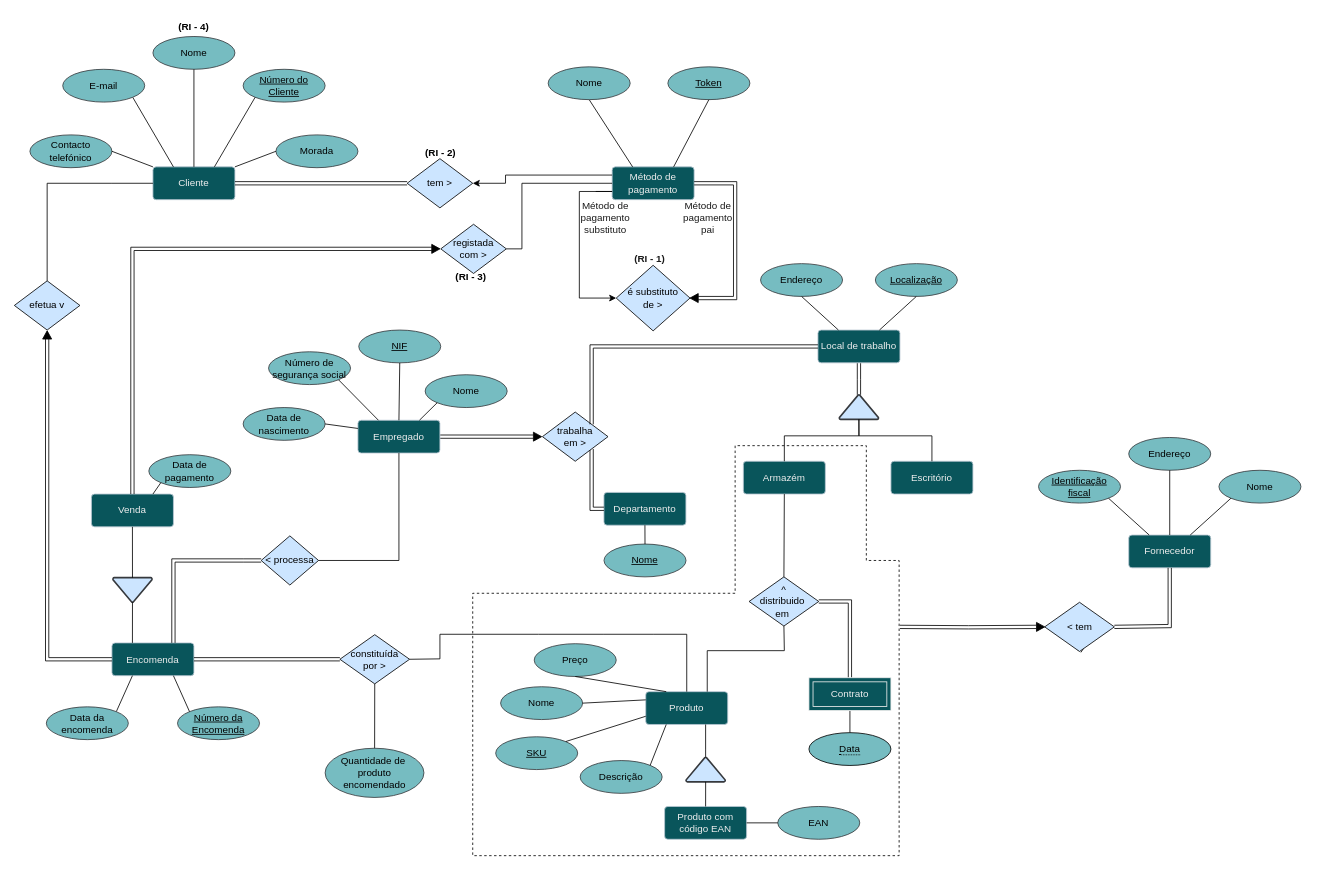
Above: Entrega1/Projeto-BD_Modelo E-A.drawio in joaopr03/db_project (draw.io), before the change. Source tidied: cells renumbered, new cells numbered last; positions are measured from the earlier drawing's top-left corner, leaving out a move shared by most shapes. Both pictures are drawn from the tidied source at 82%, with x=0, y=0 at pixel (14, 14).
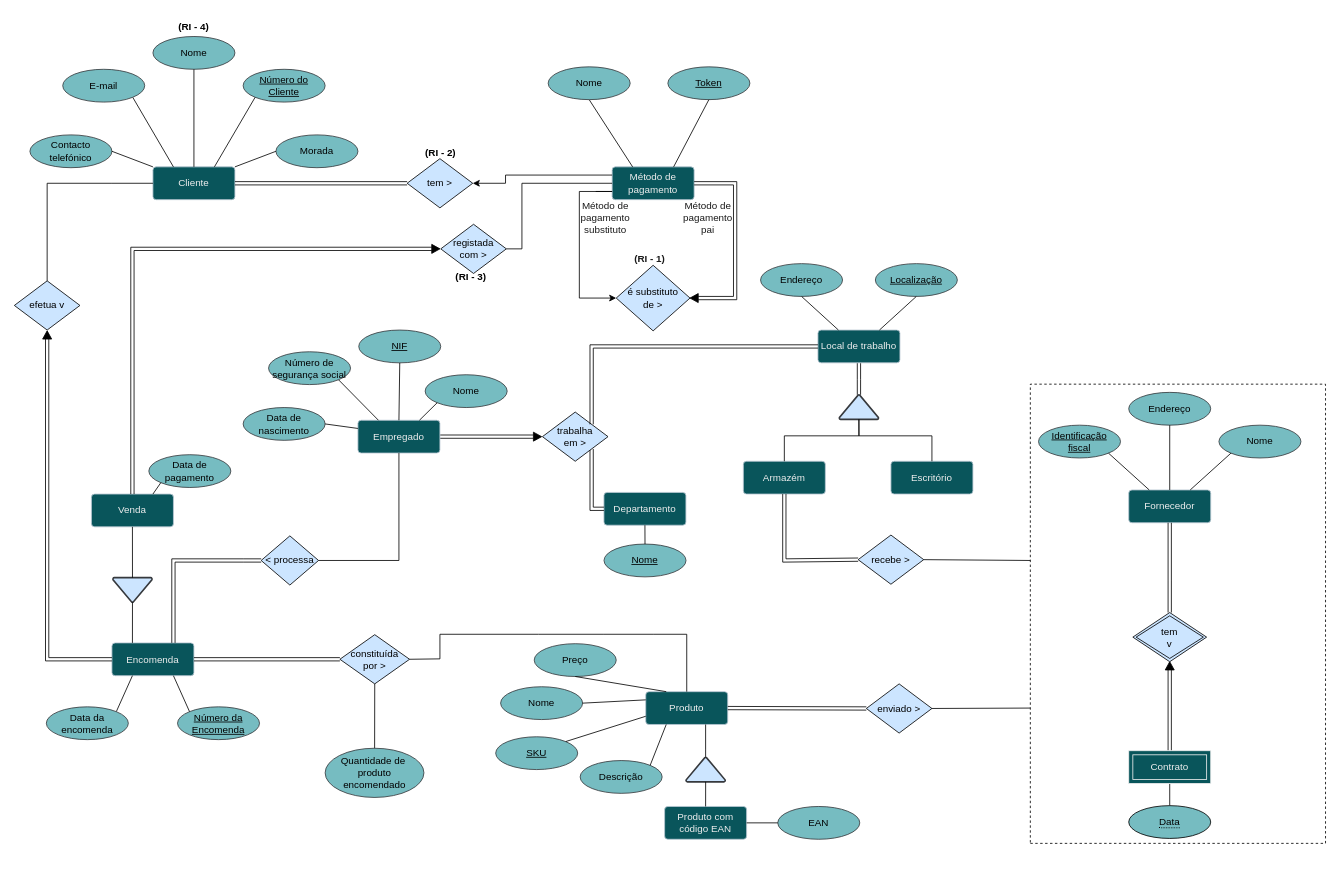
The same diagram, later.

Unchanged cells that the change refers to:
```xml
<mxCell id="13" value="Produto" style="rounded=1;arcSize=10;whiteSpace=wrap;html=1;align=center;labelBackgroundColor=none;fillColor=#09555B;strokeColor=#BAC8D3;fontColor=#EEEEEE;" parent="1" vertex="1">
  <mxGeometry x="770" y="826" width="100" height="40" as="geometry" />
</mxCell>
<mxCell id="39" value="Armazém" style="rounded=1;arcSize=10;whiteSpace=wrap;html=1;align=center;labelBackgroundColor=none;fillColor=#09555B;strokeColor=#BAC8D3;fontColor=#EEEEEE;" parent="1" vertex="1">
  <mxGeometry x="889" y="545" width="100" height="40" as="geometry" />
</mxCell>
```

Change to the diagram source:
```diff
@@
     <mxCell id="21" value="Fornecedor" style="rounded=1;arcSize=10;whiteSpace=wrap;html=1;align=center;labelBackgroundColor=none;fillColor=#09555B;strokeColor=#BAC8D3;fontColor=#EEEEEE;" parent="1" vertex="1">
-      <mxGeometry x="1359" y="635" width="100" height="40" as="geometry" />
+      <mxGeometry x="1359" y="580" width="100" height="40" as="geometry" />
     </mxCell>
     <mxCell id="22" value="Nome" style="ellipse;whiteSpace=wrap;html=1;align=center;labelBackgroundColor=none;fillColor=#76BCC1;strokeColor=#36393d;shadow=0;" parent="1" vertex="1">
-      <mxGeometry x="1469" y="556" width="100" height="40" as="geometry" />
+      <mxGeometry x="1469" y="501" width="100" height="40" as="geometry" />
     </mxCell>
     <mxCell id="23" value="Endereço" style="ellipse;whiteSpace=wrap;html=1;align=center;strokeColor=#36393d;fillColor=#76BCC1;" parent="1" vertex="1">
-      <mxGeometry x="1359" y="516" width="100" height="40" as="geometry" />
+      <mxGeometry x="1359" y="461" width="100" height="40" as="geometry" />
     </mxCell>
     <mxCell id="24" value="Identificação fiscal" style="ellipse;whiteSpace=wrap;html=1;align=center;fontStyle=4;strokeColor=#36393d;fillColor=#76BCC1;" parent="1" vertex="1">
-      <mxGeometry x="1249" y="556" width="100" height="40" as="geometry" />
+      <mxGeometry x="1249" y="501" width="100" height="40" as="geometry" />
     </mxCell>
@@
-    <mxCell id="80" style="endArrow=none;dashed=1;html=1;rounded=0;" parent="1" edge="1">
-      <mxGeometry relative="1" as="geometry">
-        <mxPoint x="1079" y="986" as="sourcePoint" />
-        <mxPoint x="1079" y="986" as="targetPoint" />
-        <Array as="points">
-          <mxPoint x="1079" y="666" />
-          <mxPoint x="1039" y="666" />
-          <mxPoint x="1039" y="526" />
-          <mxPoint x="879" y="526" />
-          <mxPoint x="879" y="706" />
-          <mxPoint x="559" y="706" />
-          <mxPoint x="559" y="986" />
-          <mxPoint x="559" y="1026" />
-          <mxPoint x="819" y="1026" />
-          <mxPoint x="1079" y="1026" />
-        </Array>
-      </mxGeometry>
-    </mxCell>
-    <mxCell id="81" value="&lt;font&gt;^&lt;br&gt;distribuido&amp;nbsp;&lt;br&gt;em&amp;nbsp;&lt;br&gt;&lt;/font&gt;" style="shape=rhombus;perimeter=rhombusPerimeter;whiteSpace=wrap;html=1;align=center;fillColor=#CCE5FF;fontColor=#000000;" parent="1" vertex="1">
-      <mxGeometry x="896" y="686" width="85" height="60" as="geometry" />
-    </mxCell>
-    <mxCell id="82" style="endArrow=none;html=1;rounded=0;shape=link;entryX=0.5;entryY=1;entryDx=0;entryDy=0;exitX=1;exitY=0.5;exitDx=0;exitDy=0;" parent="1" edge="1" source="120" target="21">
+    <mxCell id="82" style="endArrow=none;html=1;rounded=0;shape=link;entryX=0.5;entryY=1;entryDx=0;entryDy=0;exitX=0.5;exitY=0;exitDx=0;exitDy=0;" parent="1" edge="1" source="121" target="21">
       <mxGeometry relative="1" as="geometry">
         <Array as="points">
-          <mxPoint x="1409" y="746" />
+          <mxPoint x="1409" y="691" />
         </Array>
       </mxGeometry>
     </mxCell>
-    <mxCell id="83" style="endArrow=none;html=1;rounded=0;shape=link;entryX=1;entryY=0.5;entryDx=0;entryDy=0;exitX=0.5;exitY=0;exitDx=0;exitDy=0;" parent="1" edge="1" source="113" target="81">
+    <mxCell id="83" style="endArrow=none;html=1;rounded=0;shape=link;entryX=0;entryY=0.5;entryDx=0;entryDy=0;exitX=0.5;exitY=0;exitDx=0;exitDy=0;" parent="1" edge="1" source="113" target="100">
       <mxGeometry relative="1" as="geometry">
         <Array as="points">
-          <mxPoint x="1019" y="716" />
+          <mxPoint x="1409" y="841" />
         </Array>
       </mxGeometry>
     </mxCell>
-    <mxCell id="84" style="endArrow=none;html=1;rounded=0;exitX=0.75;exitY=0;exitDx=0;exitDy=0;entryX=0.5;entryY=1;entryDx=0;entryDy=0;" parent="1" edge="1" source="13" target="81">
-      <mxGeometry relative="1" as="geometry">
-        <Array as="points">
-          <mxPoint x="845" y="776" />
-          <mxPoint x="939" y="776" />
-        </Array>
-      </mxGeometry>
-    </mxCell>
-    <mxCell id="85" style="endArrow=none;html=1;rounded=0;exitX=0.5;exitY=1;exitDx=0;exitDy=0;entryX=0.5;entryY=0;entryDx=0;entryDy=0;" parent="1" edge="1" source="39" target="81">
-      <mxGeometry relative="1" as="geometry" />
-    </mxCell>
@@
-    <mxCell id="99" style="edgeStyle=orthogonalEdgeStyle;shape=link;rounded=0;jettySize=auto;html=1;exitX=1;exitY=0.5;exitDx=0;exitDy=0;entryX=0;entryY=0.5;entryDx=0;entryDy=0;" parent="1" edge="1" target="100">
-      <mxGeometry relative="1" as="geometry">
-        <mxPoint x="1080" y="747" as="sourcePoint" />
-      </mxGeometry>
-    </mxCell>
-    <mxCell id="100" style="triangle;whiteSpace=wrap;html=1;fillColor=#000000;" parent="1" vertex="1">
-      <mxGeometry x="1246.5" y="741.5" width="10" height="11" as="geometry" />
+    <mxCell id="100" style="triangle;whiteSpace=wrap;html=1;fillColor=#000000;direction=north;" parent="1" vertex="1">
+      <mxGeometry x="1403.5" y="789.5" width="11" height="10" as="geometry" />
     </mxCell>
@@
     <mxCell id="113" value="Contrato" style="shape=ext;margin=3;double=1;whiteSpace=wrap;html=1;align=center;fillColor=#09555B;fontColor=#EEEEEE;strokeColor=#EEEEEE;" parent="1" vertex="1">
-      <mxGeometry x="969" y="809" width="100" height="40" as="geometry" />
+      <mxGeometry x="1359" y="898" width="100" height="40" as="geometry" />
     </mxCell>
     <mxCell id="114" value="&lt;span style=&quot;border-bottom: 1px dotted&quot;&gt;Data&lt;/span&gt;" style="ellipse;whiteSpace=wrap;html=1;align=center;fillColor=#76BCC1;strokeColor=#000000;gradientColor=none;" parent="1" vertex="1">
-      <mxGeometry x="969" y="876" width="100" height="40" as="geometry" />
+      <mxGeometry x="1359" y="965" width="100" height="40" as="geometry" />
     </mxCell>
@@
-    <mxCell id="119" style="endArrow=none;html=1;rounded=0;shape=link;entryX=0.5;entryY=1;entryDx=0;entryDy=0;exitX=1;exitY=0.5;exitDx=0;exitDy=0;" parent="1" edge="1" target="120">
-      <mxGeometry relative="1" as="geometry">
-        <mxPoint x="1319" y="747" as="sourcePoint" />
-      </mxGeometry>
-    </mxCell>
-    <mxCell id="120" value="&lt;font&gt;&amp;lt; tem&lt;br&gt;&lt;/font&gt;" style="shape=rhombus;perimeter=rhombusPerimeter;whiteSpace=wrap;html=1;align=center;fillColor=#CCE5FF;fontColor=#000000;" parent="1" vertex="1">
-      <mxGeometry x="1256.5" y="717" width="85" height="60" as="geometry" />
-    </mxCell>
+    <mxCell id="121" value="tem&lt;br&gt;v" style="shape=rhombus;double=1;perimeter=rhombusPerimeter;whiteSpace=wrap;html=1;align=center;fillColor=#CCE5FF;" parent="1" vertex="1">
+      <mxGeometry x="1364" y="729.5" width="90" height="60" as="geometry" />
+    </mxCell>
+    <mxCell id="122" style="endArrow=none;dashed=1;html=1;rounded=0;" parent="1" edge="1">
+      <mxGeometry relative="1" as="geometry">
+        <mxPoint x="1239" y="1011" as="sourcePoint" />
+        <mxPoint x="1239" y="1011" as="targetPoint" />
+        <Array as="points">
+          <mxPoint x="1599" y="1011" />
+          <mxPoint x="1599" y="451" />
+          <mxPoint x="1239" y="451" />
+        </Array>
+      </mxGeometry>
+    </mxCell>
+    <mxCell id="123" value="&lt;font&gt;recebe &amp;gt;&lt;br&gt;&lt;/font&gt;" style="shape=rhombus;perimeter=rhombusPerimeter;whiteSpace=wrap;html=1;align=center;fillColor=#CCE5FF;fontColor=#000000;" parent="1" vertex="1">
+      <mxGeometry x="1029" y="635" width="80" height="60" as="geometry" />
+    </mxCell>
+    <mxCell id="124" value="&lt;font&gt;enviado &amp;gt;&lt;br&gt;&lt;/font&gt;" style="shape=rhombus;perimeter=rhombusPerimeter;whiteSpace=wrap;html=1;align=center;fillColor=#CCE5FF;fontColor=#000000;" parent="1" vertex="1">
+      <mxGeometry x="1039" y="816.5" width="80" height="60" as="geometry" />
+    </mxCell>
+    <mxCell id="125" style="endArrow=none;html=1;rounded=0;shape=link;exitX=0.5;exitY=1;exitDx=0;exitDy=0;entryX=0;entryY=0.5;entryDx=0;entryDy=0;" parent="1" edge="1" source="39" target="123">
+      <mxGeometry relative="1" as="geometry">
+        <Array as="points">
+          <mxPoint x="939" y="666" />
+        </Array>
+      </mxGeometry>
+    </mxCell>
+    <mxCell id="126" style="endArrow=none;html=1;rounded=0;shape=link;exitX=1;exitY=0.5;exitDx=0;exitDy=0;entryX=0;entryY=0.5;entryDx=0;entryDy=0;" parent="1" edge="1" source="13" target="124">
+      <mxGeometry relative="1" as="geometry" />
+    </mxCell>
+    <mxCell id="127" style="endArrow=none;html=1;rounded=0;exitX=1;exitY=0.5;exitDx=0;exitDy=0;" parent="1" edge="1" source="123">
+      <mxGeometry relative="1" as="geometry">
+        <mxPoint x="1239" y="666" as="targetPoint" />
+      </mxGeometry>
+    </mxCell>
+    <mxCell id="128" style="endArrow=none;html=1;rounded=0;exitX=1;exitY=0.5;exitDx=0;exitDy=0;" parent="1" edge="1" source="124">
+      <mxGeometry relative="1" as="geometry">
+        <mxPoint x="1239" y="846" as="targetPoint" />
+      </mxGeometry>
+    </mxCell>
```
